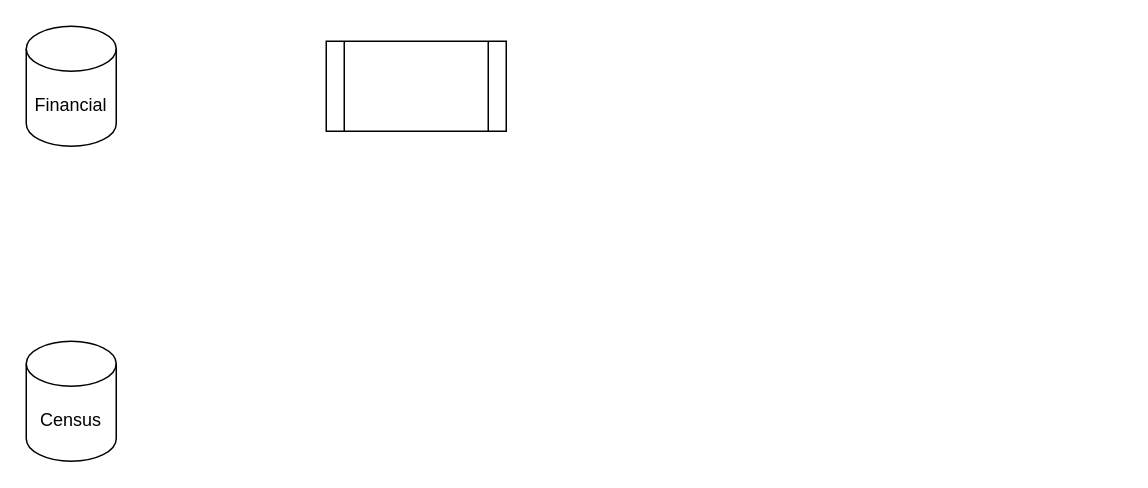
Above: edp_poc_dataproducts.drawio in WellSky-MichaelBillings/diagrams (draw.io), before the change. Source tidied: cells renumbered, new cells numbered last; positions are measured from the earlier drawing's top-left corner, leaving out a move shared by most shapes. Both pictures are drawn from the tidied source at 150%, with x=0, y=0 at pixel (26, 26).
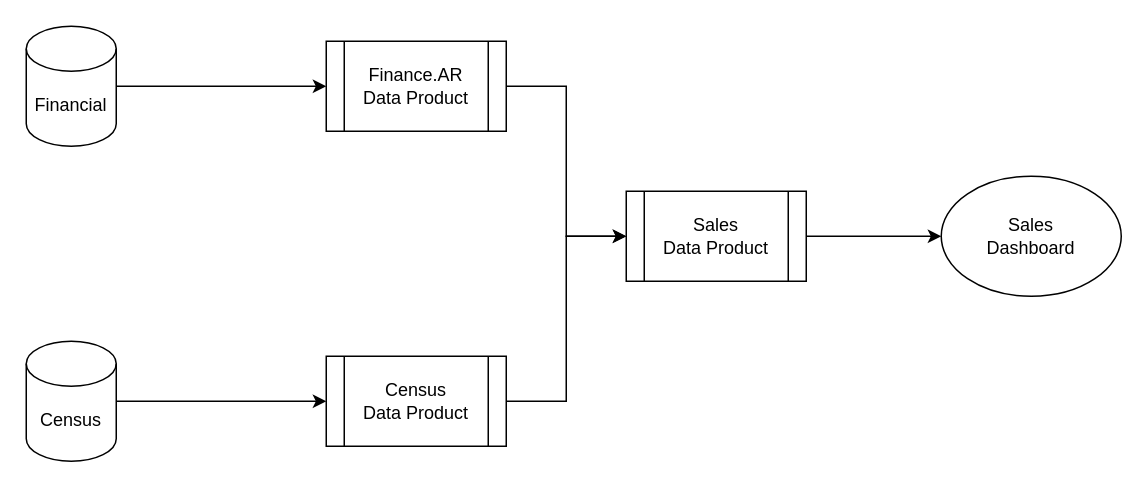
After the change.

Change to the diagram source:
```diff
@@
 <mxGraphModel>
   <root>
     <mxCell id="0" />
     <mxCell id="1" parent="0" />
+    <mxCell id="5" style="edgeStyle=orthogonalEdgeStyle;rounded=0;jettySize=auto;html=1;entryX=0;entryY=0.5;entryDx=0;entryDy=0;" parent="1" edge="1" source="2" target="11">
+      <mxGeometry relative="1" as="geometry" />
+    </mxCell>
-    <mxCell id="2" style="shape=process;whiteSpace=wrap;html=1;backgroundOutline=1;" parent="1" vertex="1">
+    <mxCell id="2" value="Finance.AR&lt;br&gt;Data Product" style="shape=process;whiteSpace=wrap;html=1;backgroundOutline=1;" parent="1" vertex="1">
       <mxGeometry x="200" y="10" width="120" height="60" as="geometry" />
     </mxCell>
+    <mxCell id="6" style="edgeStyle=orthogonalEdgeStyle;rounded=0;jettySize=auto;html=1;entryX=0;entryY=0.5;entryDx=0;entryDy=0;" parent="1" edge="1" source="3" target="2">
+      <mxGeometry relative="1" as="geometry" />
+    </mxCell>
     <mxCell id="3" value="Financial" style="shape=cylinder3;whiteSpace=wrap;html=1;boundedLbl=1;backgroundOutline=1;size=15;" parent="1" vertex="1">
       <mxGeometry width="60" height="80" as="geometry" />
     </mxCell>
+    <mxCell id="7" style="edgeStyle=orthogonalEdgeStyle;rounded=0;jettySize=auto;html=1;" parent="1" edge="1" source="4" target="9">
+      <mxGeometry relative="1" as="geometry" />
+    </mxCell>
     <mxCell id="4" value="Census" style="shape=cylinder3;whiteSpace=wrap;html=1;boundedLbl=1;backgroundOutline=1;size=15;" parent="1" vertex="1">
       <mxGeometry y="210" width="60" height="80" as="geometry" />
     </mxCell>
+    <mxCell id="8" style="edgeStyle=orthogonalEdgeStyle;rounded=0;jettySize=auto;html=1;entryX=0;entryY=0.5;entryDx=0;entryDy=0;" parent="1" edge="1" source="9" target="11">
+      <mxGeometry relative="1" as="geometry" />
+    </mxCell>
+    <mxCell id="9" value="Census&lt;br&gt;Data Product" style="shape=process;whiteSpace=wrap;html=1;backgroundOutline=1;" parent="1" vertex="1">
+      <mxGeometry x="200" y="220" width="120" height="60" as="geometry" />
+    </mxCell>
+    <mxCell id="10" style="edgeStyle=orthogonalEdgeStyle;rounded=0;jettySize=auto;html=1;" parent="1" edge="1" source="11" target="12">
+      <mxGeometry relative="1" as="geometry" />
+    </mxCell>
+    <mxCell id="11" value="Sales&lt;br&gt;Data Product" style="shape=process;whiteSpace=wrap;html=1;backgroundOutline=1;" parent="1" vertex="1">
+      <mxGeometry x="400" y="110" width="120" height="60" as="geometry" />
+    </mxCell>
+    <mxCell id="12" value="Sales&lt;br&gt;Dashboard" style="ellipse;whiteSpace=wrap;html=1;" parent="1" vertex="1">
+      <mxGeometry x="610" y="100" width="120" height="80" as="geometry" />
+    </mxCell>
   </root>
 </mxGraphModel>
```
